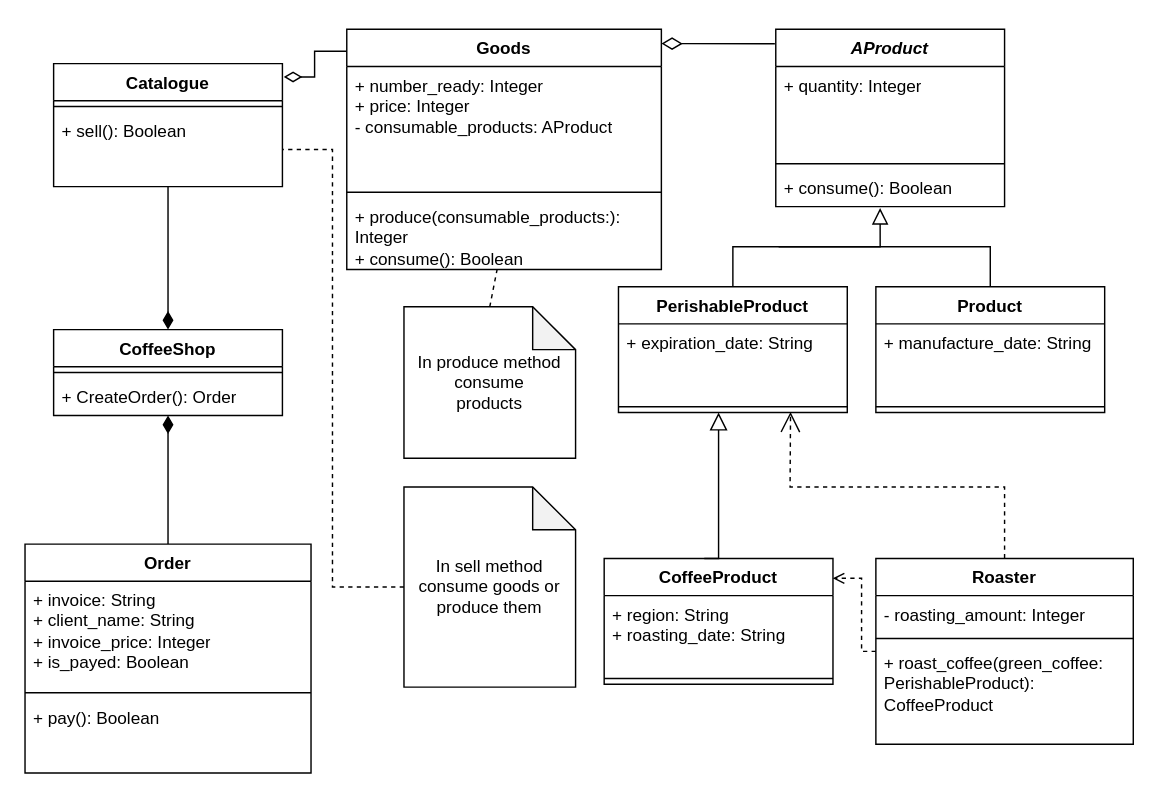
This is lab1/cd.drawio from R3plicant/ooap_lab1, a draw.io file, before an edit. Source tidied: cells renumbered, new cells numbered last; positions are measured from the earlier drawing's top-left corner, leaving out a move shared by most shapes. Both pictures are drawn from the tidied source at 143%, with x=0, y=0 at pixel (24, 29).
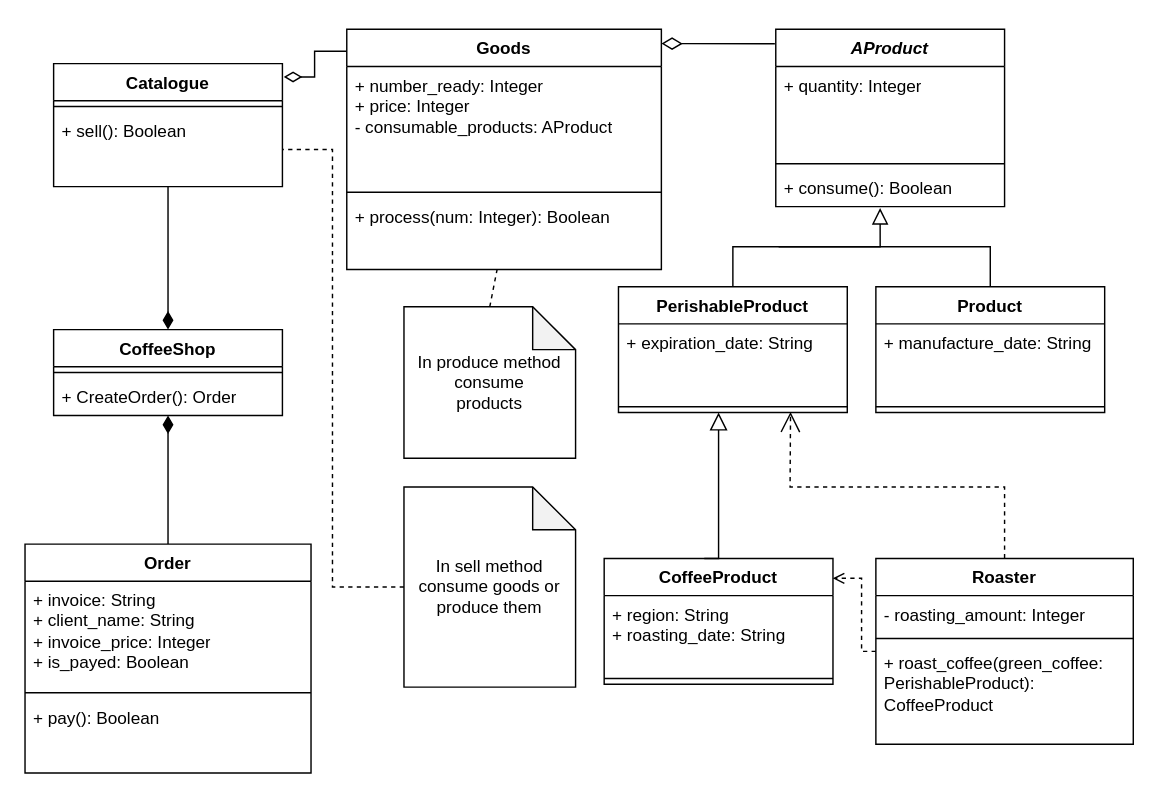
Above is the later version.

Commit message (it also covers changes not shown here):
Component Diagram done

Unchanged cells that the change refers to:
```xml
<mxCell id="16" value="Goods" style="swimlane;fontStyle=1;align=center;verticalAlign=top;horizontal=1;startSize=26;whiteSpace=wrap;html=1;" parent="1" vertex="1">
  <mxGeometry x="225" width="220" height="168" as="geometry" />
</mxCell>
```

What changed in the source:
```diff
@@
-    <mxCell id="19" value="+ produce(consumable_products:): Integer&lt;br&gt;+ consume(): Boolean" style="text;strokeColor=none;fillColor=none;align=left;verticalAlign=top;spacingLeft=4;spacingRight=4;overflow=hidden;points=[[0,0.5],[1,0.5]];portConstraint=eastwest;whiteSpace=wrap;html=1;" parent="16" vertex="1">
+    <mxCell id="19" value="+ process(num: Integer): Boolean" style="text;strokeColor=none;fillColor=none;align=left;verticalAlign=top;spacingLeft=4;spacingRight=4;overflow=hidden;points=[[0,0.5],[1,0.5]];portConstraint=eastwest;whiteSpace=wrap;html=1;" parent="16" vertex="1">
       <mxGeometry y="118" width="220" height="50" as="geometry" />
     </mxCell>
```
